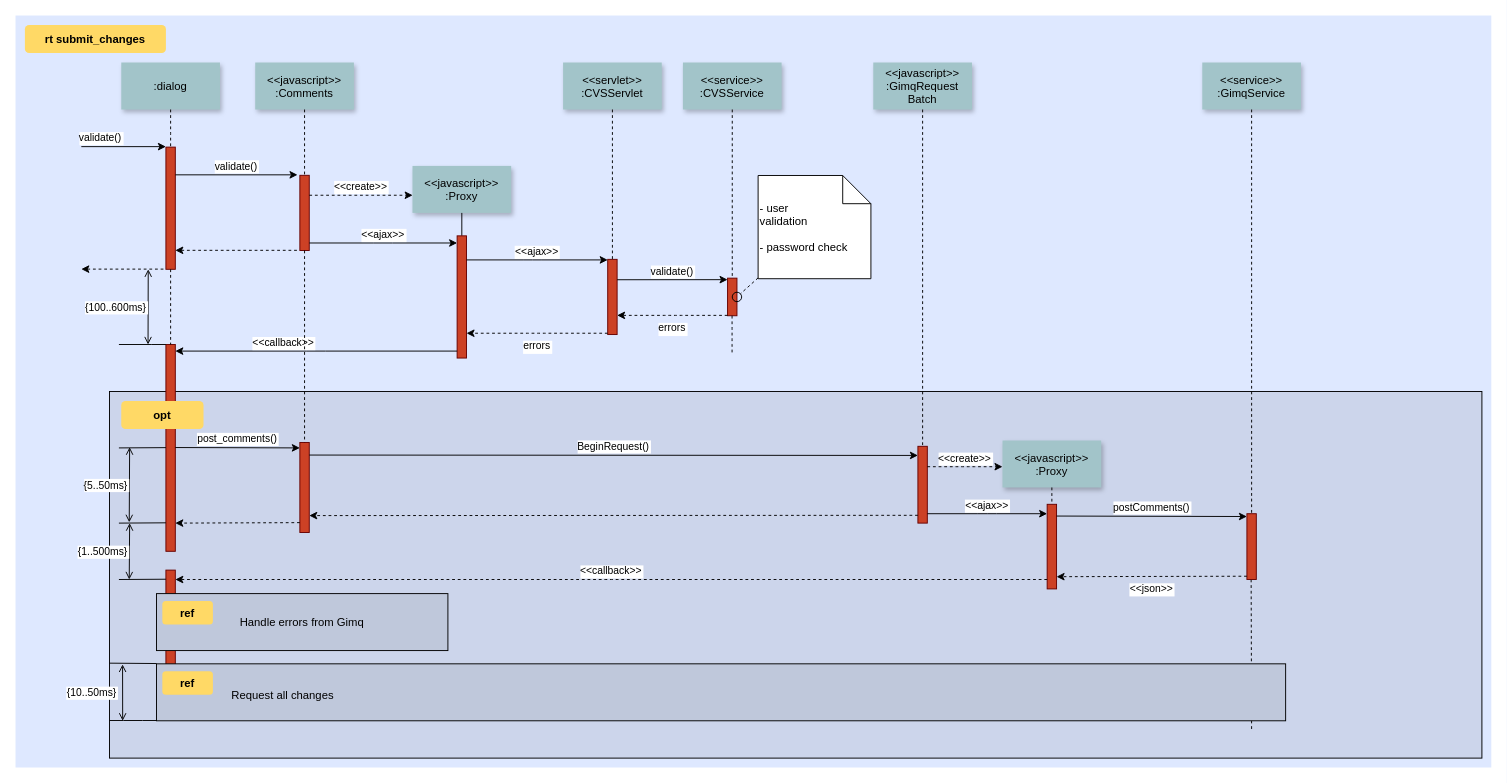
Before: 登录.drawio in guoyongsoft/guoyong, a draw.io diagram. Source tidied: cells renumbered, new cells numbered last; positions are measured from the earlier drawing's top-left corner, leaving out a move shared by most shapes. Both pictures are drawn from the tidied source at 94%, with x=0, y=0 at pixel (15, 15).
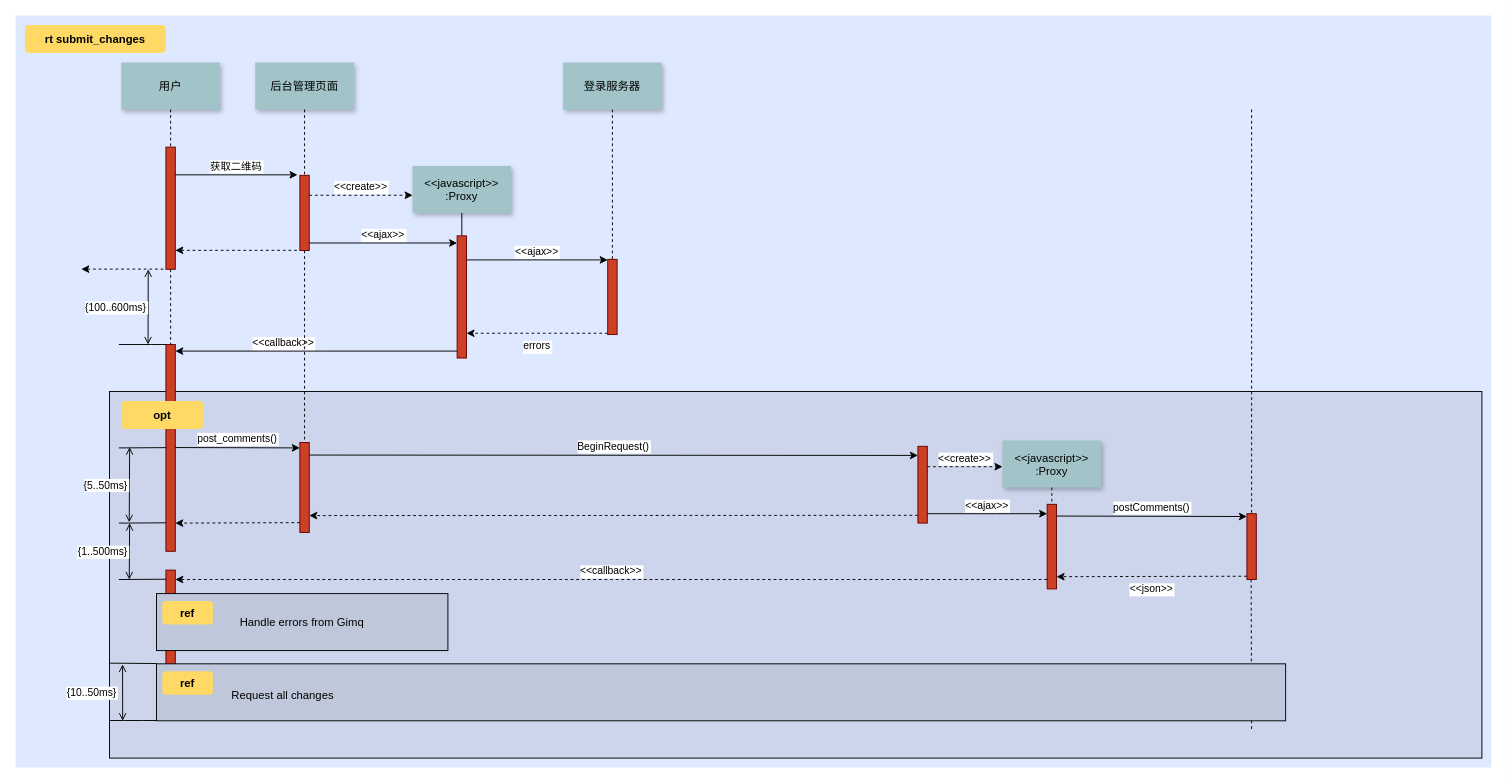
After the change.

Unchanged cells that the change refers to:
```xml
<mxCell id="41" style="fillColor=#CC4125;strokeColor=#660000;" parent="1" vertex="1">
  <mxGeometry x="960" y="458.3" width="10" height="81.7" as="geometry" />
</mxCell>
<mxCell id="50" style="fillColor=#CC4125;strokeColor=#660000;" parent="1" vertex="1">
  <mxGeometry x="1310" y="530" width="10" height="70" as="geometry" />
</mxCell>
```

Diff of the diagram source:
```diff
@@
-    <mxCell id="6" value="validate()" style="edgeStyle=none;verticalLabelPosition=top;verticalAlign=bottom;labelPosition=left;align=right;" parent="1" edge="1">
-      <mxGeometry x="110" y="49.5" as="geometry">
-        <mxPoint x="70" y="139.5" as="sourcePoint" />
-        <mxPoint x="160" y="139.5" as="targetPoint" />
-      </mxGeometry>
-    </mxCell>
-    <mxCell id="7" value=":dialog" style="shadow=1;fillColor=#A2C4C9;strokeColor=none;" parent="1" vertex="1">
+    <mxCell id="7" value="用户" style="shadow=1;fillColor=#A2C4C9;strokeColor=none;" parent="1" vertex="1">
       <mxGeometry x="112.5" y="50" width="105" height="50" as="geometry" />
     </mxCell>
@@
-    <mxCell id="9" value="&lt;&lt;javascript&gt;&gt;&#10;:Comments" style="shadow=1;fillColor=#A2C4C9;strokeColor=none;" parent="1" vertex="1">
+    <mxCell id="9" value="后台管理页面" style="shadow=1;fillColor=#A2C4C9;strokeColor=none;" parent="1" vertex="1">
       <mxGeometry x="255" y="50" width="105" height="50" as="geometry" />
     </mxCell>
@@
-    <mxCell id="11" value="validate()" style="edgeStyle=none;verticalLabelPosition=top;verticalAlign=bottom;" parent="1" edge="1">
+    <mxCell id="11" value="获取二维码" style="edgeStyle=none;verticalLabelPosition=top;verticalAlign=bottom;" parent="1" edge="1">
       <mxGeometry x="220" y="92" as="geometry">
         <mxPoint x="170" y="169.5" as="sourcePoint" />
         <mxPoint x="300" y="169.5" as="targetPoint" />
       </mxGeometry>
     </mxCell>
@@
-    <mxCell id="20" value="&lt;&lt;servlet&gt;&gt;&#10;:CVSServlet" style="shadow=1;fillColor=#A2C4C9;strokeColor=none;" parent="1" vertex="1">
+    <mxCell id="20" value="登录服务器" style="shadow=1;fillColor=#A2C4C9;strokeColor=none;" parent="1" vertex="1">
       <mxGeometry x="582.5" y="50" width="105" height="50" as="geometry" />
     </mxCell>
@@
-    <mxCell id="22" value="&lt;&lt;service&gt;&gt;&#10;:CVSService" style="shadow=1;fillColor=#A2C4C9;strokeColor=none;" parent="1" vertex="1">
-      <mxGeometry x="710" y="50" width="105" height="50" as="geometry" />
-    </mxCell>
-    <mxCell id="23" style="edgeStyle=none;endArrow=none;dashed=1;" parent="1" edge="1" source="22" target="24">
-      <mxGeometry x="727.3" y="165" as="geometry" />
-    </mxCell>
-    <mxCell id="24" style="fillColor=#CC4125;strokeColor=#660000;" parent="1" vertex="1">
-      <mxGeometry x="757.5" y="279.4" width="10" height="40" as="geometry" />
-    </mxCell>
@@
-    <mxCell id="27" value="&lt;&lt;javascript&gt;&gt;&#10;:GimqRequest&#10;Batch" style="shadow=1;fillColor=#A2C4C9;strokeColor=none;" parent="1" vertex="1">
-      <mxGeometry x="912.5" y="50" width="105" height="50" as="geometry" />
-    </mxCell>
@@
-    <mxCell id="29" value="validate()" style="edgeStyle=elbowEdgeStyle;elbow=vertical;verticalLabelPosition=top;verticalAlign=bottom;" parent="1" edge="1">
-      <mxGeometry x="550" y="261.7" as="geometry">
-        <mxPoint x="640" y="281.1" as="sourcePoint" />
-        <mxPoint x="757.5" y="281.1" as="targetPoint" />
-      </mxGeometry>
-    </mxCell>
-    <mxCell id="30" value="errors" style="edgeStyle=elbowEdgeStyle;elbow=vertical;dashed=1;verticalLabelPosition=bottom;verticalAlign=top;" parent="1" edge="1">
-      <mxGeometry x="560" y="309.7" as="geometry">
-        <mxPoint x="757.5" y="319" as="sourcePoint" />
-        <mxPoint x="640" y="319" as="targetPoint" />
-      </mxGeometry>
-    </mxCell>
-    <mxCell id="31" style="edgeStyle=elbowEdgeStyle;elbow=horizontal;endArrow=none;dashed=1;" parent="1" edge="1">
-      <mxGeometry x="932.3" y="240" as="geometry">
-        <mxPoint x="762.3" y="319.4" as="sourcePoint" />
-        <mxPoint x="762.3" y="360" as="targetPoint" />
-        <Array as="points">
-          <mxPoint x="762.3" y="340" />
-        </Array>
-      </mxGeometry>
-    </mxCell>
-    <mxCell id="32" style="ellipse;fillColor=none;" parent="1" vertex="1">
-      <mxGeometry x="762.5" y="294.4" width="10" height="10" as="geometry" />
-    </mxCell>
-    <mxCell id="33" value=" - user&#10; validation&#10;&#10; - password check" style="shape=note;align=left;" parent="1" vertex="1">
-      <mxGeometry x="790" y="170.2" width="120" height="109.8" as="geometry" />
-    </mxCell>
-    <mxCell id="34" style="edgeStyle=none;endArrow=none;dashed=1;" parent="1" edge="1" source="33" target="32">
-      <mxGeometry x="1030" y="180" as="geometry" />
-    </mxCell>
@@
-    <mxCell id="42" style="edgeStyle=none;endArrow=none;dashed=1;" parent="1" edge="1" source="27" target="41">
-      <mxGeometry x="956.6" y="205" as="geometry" />
-    </mxCell>
@@
-    <mxCell id="55" value="&lt;&lt;service&gt;&gt;&#10;:GimqService" style="shadow=1;fillColor=#A2C4C9;strokeColor=none;" parent="1" vertex="1">
-      <mxGeometry x="1262.5" y="50" width="105" height="50" as="geometry" />
-    </mxCell>
-    <mxCell id="56" style="edgeStyle=none;endArrow=none;dashed=1;" parent="1" edge="1" source="55" target="50">
-      <mxGeometry x="1174.1" y="210" as="geometry" />
+    <mxCell id="56" style="edgeStyle=none;endArrow=none;dashed=1;" parent="1" edge="1" target="50">
+      <mxGeometry x="1174.1" y="210" as="geometry">
+        <mxPoint x="1315" y="100" as="sourcePoint" />
+      </mxGeometry>
     </mxCell>
```
